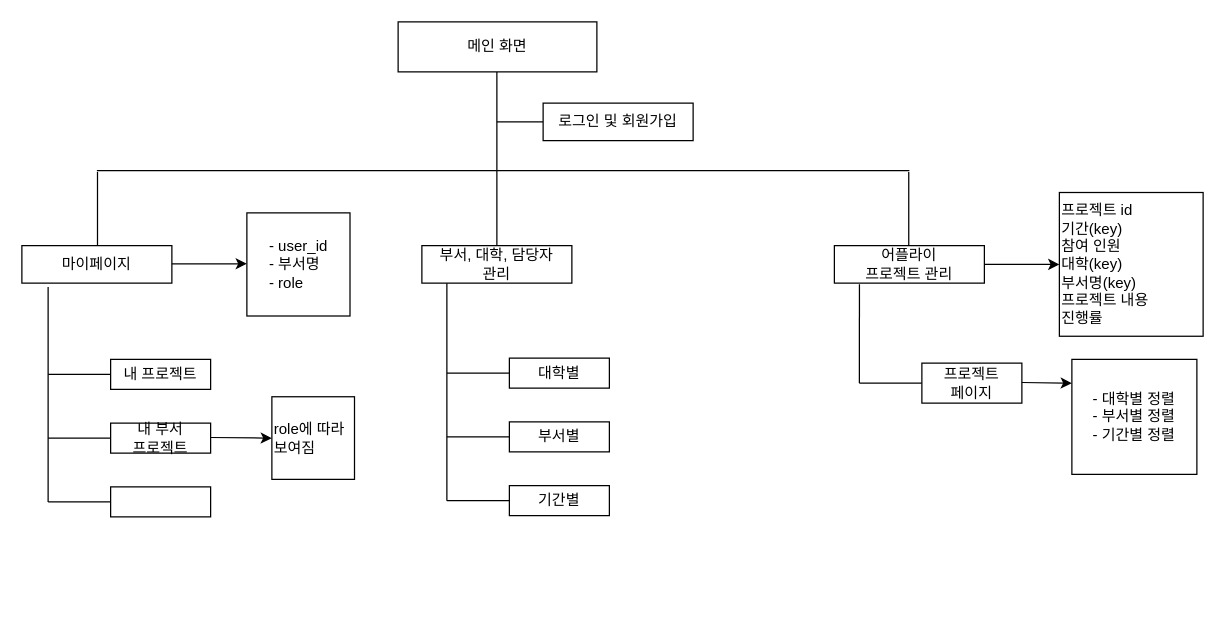
This is 제목 없는 다이어그램.drawio from OhHyukJun/Calendar_Project, a draw.io file, before an edit. Source tidied: cells renumbered, new cells numbered last; positions are measured from the earlier drawing's top-left corner, leaving out a move shared by most shapes. Both pictures are drawn from the tidied source at 125%, with x=0, y=0 at pixel (21, 21).
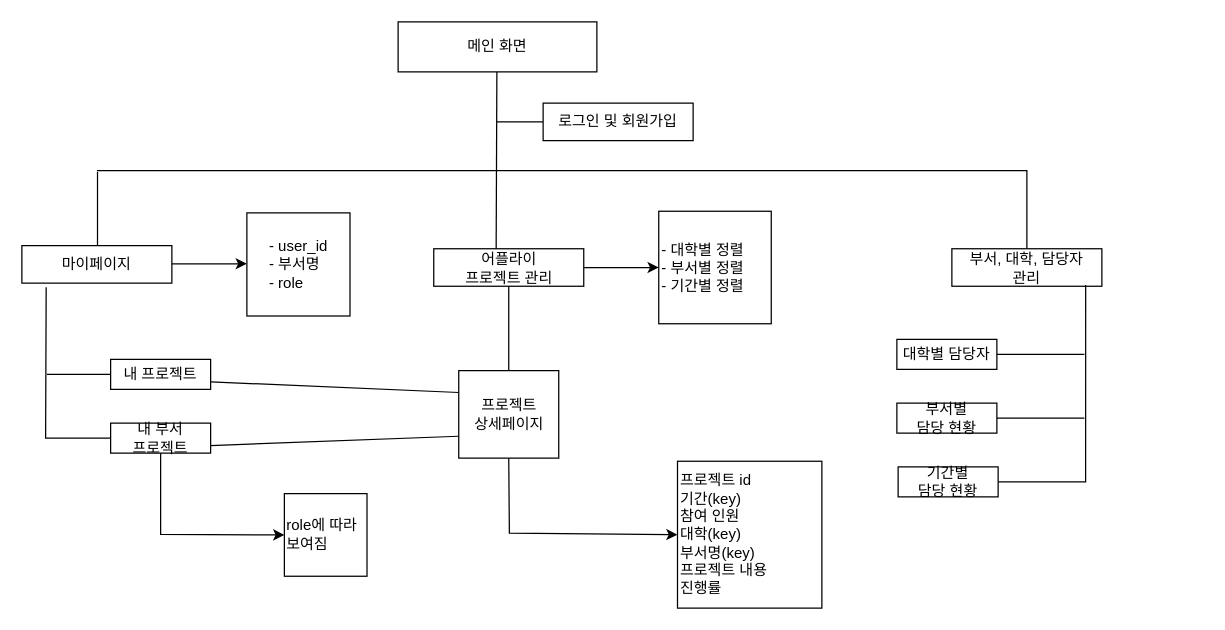
Above is the later version.

Commit message:
제목 없는 다이어그램.drawio 업데이트

Unchanged cells that the change refers to:
```xml
<mxCell id="8" value="마이페이지" style="rounded=0;whiteSpace=wrap;html=1;" parent="1" vertex="1">
  <mxGeometry y="179" width="120" height="30" as="geometry" />
</mxCell>
<mxCell id="14" value="내 프로젝트" style="rounded=0;whiteSpace=wrap;html=1;" parent="1" vertex="1">
  <mxGeometry x="71" y="270" width="80" height="24" as="geometry" />
</mxCell>
<mxCell id="15" value="내 부서 &lt;br&gt;프로젝트" style="rounded=0;whiteSpace=wrap;html=1;" parent="1" vertex="1">
  <mxGeometry x="71" y="321" width="80" height="24" as="geometry" />
</mxCell>
```

Change to the diagram source:
```diff
@@
-    <mxCell id="3" style="endArrow=none;html=1;rounded=0;entryX=0.5;entryY=1;entryDx=0;entryDy=0;exitX=0.5;exitY=0;exitDx=0;exitDy=0;" parent="1" edge="1" source="21">
+    <mxCell id="3" style="endArrow=none;html=1;rounded=0;entryX=0.5;entryY=1;entryDx=0;entryDy=0;exitX=0.416;exitY=0.063;exitDx=0;exitDy=0;exitPerimeter=0;" parent="1" edge="1" source="10">
       <mxGeometry relative="1" as="geometry">
         <mxPoint x="380" y="40" as="targetPoint" />
       </mxGeometry>
     </mxCell>
@@
-    <mxCell id="6" style="endArrow=none;html=1;rounded=0;" parent="1" edge="1">
+    <mxCell id="6" style="endArrow=none;html=1;rounded=0;entryX=0.5;entryY=0;entryDx=0;entryDy=0;" parent="1" edge="1" target="21">
       <mxGeometry relative="1" as="geometry">
         <mxPoint x="60" y="119" as="sourcePoint" />
-        <mxPoint x="710" y="119" as="targetPoint" />
+        <Array as="points">
+          <mxPoint x="804" y="119" />
+        </Array>
       </mxGeometry>
     </mxCell>
@@
-    <mxCell id="9" style="endArrow=none;html=1;rounded=0;" parent="1" edge="1">
-      <mxGeometry relative="1" as="geometry">
-        <mxPoint x="709.5" y="179" as="sourcePoint" />
-        <mxPoint x="709.5" y="120" as="targetPoint" />
-      </mxGeometry>
-    </mxCell>
     <mxCell id="10" value="어플라이 &lt;br&gt;프로젝트 관리" style="rounded=0;whiteSpace=wrap;html=1;" parent="1" vertex="1">
-      <mxGeometry x="650" y="179" width="120" height="30" as="geometry" />
+      <mxGeometry x="329.5" y="181.5" width="120" height="30" as="geometry" />
     </mxCell>
-    <mxCell id="11" style="endArrow=none;html=1;rounded=0;entryX=0.175;entryY=1.1;entryDx=0;entryDy=0;entryPerimeter=0;" parent="1" edge="1" target="8">
+    <mxCell id="11" style="endArrow=none;html=1;rounded=0;exitX=0;exitY=0.5;exitDx=0;exitDy=0;entryX=0.162;entryY=1.107;entryDx=0;entryDy=0;entryPerimeter=0;" parent="1" edge="1" source="15" target="8">
       <mxGeometry relative="1" as="geometry">
-        <mxPoint x="21" y="384" as="sourcePoint" />
+        <Array as="points">
+          <mxPoint x="19" y="333" />
+        </Array>
       </mxGeometry>
     </mxCell>
-    <mxCell id="12" style="endArrow=none;html=1;rounded=0;" parent="1" edge="1">
-      <mxGeometry relative="1" as="geometry">
-        <mxPoint x="21" y="282" as="sourcePoint" />
-        <mxPoint x="71" y="282" as="targetPoint" />
-      </mxGeometry>
-    </mxCell>
-    <mxCell id="13" style="endArrow=none;html=1;rounded=0;" parent="1" edge="1">
-      <mxGeometry relative="1" as="geometry">
-        <mxPoint x="21" y="333" as="sourcePoint" />
-        <mxPoint x="71" y="333" as="targetPoint" />
-      </mxGeometry>
-    </mxCell>
@@
-    <mxCell id="16" style="endArrow=none;html=1;rounded=0;entryX=0.167;entryY=1.033;entryDx=0;entryDy=0;entryPerimeter=0;" parent="1" edge="1" target="10">
-      <mxGeometry relative="1" as="geometry">
-        <mxPoint x="670" y="289" as="sourcePoint" />
-      </mxGeometry>
-    </mxCell>
-    <mxCell id="17" style="endArrow=none;html=1;rounded=0;" parent="1" edge="1">
-      <mxGeometry relative="1" as="geometry">
-        <mxPoint x="670" y="289" as="sourcePoint" />
-        <mxPoint x="720" y="289" as="targetPoint" />
-      </mxGeometry>
-    </mxCell>
-    <mxCell id="18" value="프로젝트&lt;br&gt;페이지" style="rounded=0;whiteSpace=wrap;html=1;" parent="1" vertex="1">
-      <mxGeometry x="720" y="273" width="80" height="32" as="geometry" />
+    <mxCell id="18" value="프로젝트&lt;br&gt;상세페이지" style="rounded=0;whiteSpace=wrap;html=1;" parent="1" vertex="1">
+      <mxGeometry x="349.5" y="279" width="80" height="70" as="geometry" />
     </mxCell>
-    <mxCell id="19" value="&lt;span style=&quot;background-color: initial;&quot;&gt;프로젝트 id&lt;/span&gt;&lt;br&gt;&lt;span style=&quot;background-color: initial;&quot;&gt;기간(key)&lt;/span&gt;&lt;br&gt;&lt;span style=&quot;background-color: initial;&quot;&gt;참여 인원&lt;/span&gt;&lt;br&gt;&lt;span style=&quot;background-color: initial;&quot;&gt;대학(key)&lt;/span&gt;&lt;br&gt;&lt;span style=&quot;background-color: initial;&quot;&gt;부서명(key)&lt;/span&gt;&lt;br&gt;&lt;span style=&quot;background-color: initial;&quot;&gt;프로젝트 내용&lt;/span&gt;&lt;br&gt;&lt;span style=&quot;background-color: initial;&quot;&gt;진행률&lt;/span&gt;" style="whiteSpace=wrap;html=1;align=left;" parent="1" vertex="1">
-      <mxGeometry x="830" y="136.5" width="115" height="115" as="geometry" />
+    <mxCell id="19" value="- 대학별 정렬&lt;br style=&quot;border-color: var(--border-color); text-align: center;&quot;&gt;&lt;span style=&quot;text-align: center;&quot;&gt;- 부서별 정렬&lt;/span&gt;&lt;br style=&quot;border-color: var(--border-color); text-align: center;&quot;&gt;&lt;span style=&quot;text-align: center;&quot;&gt;- 기간별 정렬&lt;/span&gt;" style="whiteSpace=wrap;html=1;align=left;" parent="1" vertex="1">
+      <mxGeometry x="509.5" y="151.5" width="90" height="90" as="geometry" />
     </mxCell>
@@
     <mxCell id="21" value="부서, 대학, 담당자&lt;br&gt;관리" style="rounded=0;whiteSpace=wrap;html=1;" parent="1" vertex="1">
-      <mxGeometry x="320" y="179" width="120" height="30" as="geometry" />
+      <mxGeometry x="744" y="181.5" width="120" height="30" as="geometry" />
     </mxCell>
-    <mxCell id="22" style="endArrow=none;html=1;rounded=0;" parent="1" edge="1">
-      <mxGeometry relative="1" as="geometry">
-        <mxPoint x="21" y="384" as="sourcePoint" />
-        <mxPoint x="71" y="384" as="targetPoint" />
-      </mxGeometry>
-    </mxCell>
-    <mxCell id="23" style="rounded=0;whiteSpace=wrap;html=1;" parent="1" vertex="1">
-      <mxGeometry x="71" y="372" width="80" height="24" as="geometry" />
-    </mxCell>
-    <mxCell id="24" style="endArrow=none;html=1;rounded=0;entryX=0.167;entryY=1.033;entryDx=0;entryDy=0;entryPerimeter=0;" parent="1" edge="1">
+    <mxCell id="24" style="endArrow=none;html=1;rounded=0;entryX=0.892;entryY=0.97;entryDx=0;entryDy=0;entryPerimeter=0;exitX=1;exitY=0.5;exitDx=0;exitDy=0;" parent="1" edge="1" source="30" target="21">
       <mxGeometry relative="1" as="geometry">
-        <mxPoint x="340" y="383" as="sourcePoint" />
-        <mxPoint x="340" y="209" as="targetPoint" />
+        <Array as="points">
+          <mxPoint x="851" y="368" />
+        </Array>
       </mxGeometry>
     </mxCell>
-    <mxCell id="25" style="endArrow=none;html=1;rounded=0;" parent="1" edge="1">
-      <mxGeometry relative="1" as="geometry">
-        <mxPoint x="340" y="281" as="sourcePoint" />
-        <mxPoint x="390" y="281" as="targetPoint" />
-      </mxGeometry>
-    </mxCell>
-    <mxCell id="26" style="endArrow=none;html=1;rounded=0;" parent="1" edge="1">
-      <mxGeometry relative="1" as="geometry">
-        <mxPoint x="340" y="332" as="sourcePoint" />
-        <mxPoint x="390" y="332" as="targetPoint" />
-      </mxGeometry>
-    </mxCell>
-    <mxCell id="27" value="대학별" style="rounded=0;whiteSpace=wrap;html=1;" parent="1" vertex="1">
-      <mxGeometry x="390" y="269" width="80" height="24" as="geometry" />
+    <mxCell id="27" value="대학별 담당자" style="rounded=0;whiteSpace=wrap;html=1;" parent="1" vertex="1">
+      <mxGeometry x="700" y="254" width="80" height="24" as="geometry" />
     </mxCell>
-    <mxCell id="28" value="부서별" style="rounded=0;whiteSpace=wrap;html=1;" parent="1" vertex="1">
-      <mxGeometry x="390" y="320" width="80" height="24" as="geometry" />
+    <mxCell id="28" value="부서별 &lt;br&gt;담당 현황" style="rounded=0;whiteSpace=wrap;html=1;" parent="1" vertex="1">
+      <mxGeometry x="700" y="305" width="80" height="24" as="geometry" />
     </mxCell>
-    <mxCell id="29" style="endArrow=none;html=1;rounded=0;" parent="1" edge="1">
-      <mxGeometry relative="1" as="geometry">
-        <mxPoint x="340" y="383" as="sourcePoint" />
-        <mxPoint x="390" y="383" as="targetPoint" />
-      </mxGeometry>
-    </mxCell>
-    <mxCell id="30" value="기간별" style="rounded=0;whiteSpace=wrap;html=1;" parent="1" vertex="1">
-      <mxGeometry x="390" y="371" width="80" height="24" as="geometry" />
+    <mxCell id="30" value="기간별 &lt;br&gt;담당 현황" style="rounded=0;whiteSpace=wrap;html=1;" parent="1" vertex="1">
+      <mxGeometry x="701" y="356" width="80" height="24" as="geometry" />
     </mxCell>
-    <mxCell id="31" value="&lt;span style=&quot;background-color: initial;&quot;&gt;- 대학별 정렬&lt;br&gt;- 부서별 정렬&lt;br&gt;- 기간별 정렬&lt;br&gt;&lt;/span&gt;" style="rounded=0;whiteSpace=wrap;html=1;" parent="1" vertex="1">
-      <mxGeometry x="840" y="270" width="100" height="92" as="geometry" />
+    <mxCell id="31" value="&lt;span style=&quot;background-color: initial;&quot;&gt;프로젝트 id&lt;/span&gt;&lt;br&gt;&lt;span style=&quot;background-color: initial;&quot;&gt;기간(key)&lt;/span&gt;&lt;br&gt;&lt;span style=&quot;background-color: initial;&quot;&gt;참여 인원&lt;/span&gt;&lt;br&gt;&lt;span style=&quot;background-color: initial;&quot;&gt;대학(key)&lt;/span&gt;&lt;br&gt;&lt;span style=&quot;background-color: initial;&quot;&gt;부서명(key)&lt;/span&gt;&lt;br&gt;&lt;span style=&quot;background-color: initial;&quot;&gt;프로젝트 내용&lt;/span&gt;&lt;br&gt;&lt;span style=&quot;background-color: initial;&quot;&gt;진행률&lt;/span&gt;" style="rounded=0;whiteSpace=wrap;html=1;align=left;" parent="1" vertex="1">
+      <mxGeometry x="524.5" y="351.5" width="115.5" height="117.5" as="geometry" />
     </mxCell>
-    <mxCell id="32" style="endArrow=classic;html=1;rounded=0;exitX=1;exitY=0.5;exitDx=0;exitDy=0;" parent="1" edge="1">
+    <mxCell id="32" style="endArrow=classic;html=1;rounded=0;exitX=0.5;exitY=1;exitDx=0;exitDy=0;entryX=0;entryY=0.5;entryDx=0;entryDy=0;" parent="1" edge="1" source="18" target="31">
       <mxGeometry relative="1" as="geometry">
-        <mxPoint x="800" y="288.5" as="sourcePoint" />
-        <mxPoint x="840" y="289" as="targetPoint" />
+        <Array as="points">
+          <mxPoint x="390" y="409" />
+        </Array>
       </mxGeometry>
     </mxCell>
@@
-    <mxCell id="35" style="endArrow=classic;html=1;rounded=0;exitX=1;exitY=0.5;exitDx=0;exitDy=0;" parent="1" edge="1">
+    <mxCell id="35" style="endArrow=classic;html=1;rounded=0;exitX=0.5;exitY=1;exitDx=0;exitDy=0;entryX=0;entryY=0.5;entryDx=0;entryDy=0;" parent="1" edge="1" source="15" target="36">
       <mxGeometry relative="1" as="geometry">
-        <mxPoint x="151" y="332.5" as="sourcePoint" />
-        <mxPoint x="200" y="333" as="targetPoint" />
+        <Array as="points">
+          <mxPoint x="111" y="410" />
+        </Array>
       </mxGeometry>
     </mxCell>
     <mxCell id="36" value="role에 따라 보여짐" style="whiteSpace=wrap;html=1;align=left;" parent="1" vertex="1">
-      <mxGeometry x="200" y="299.9" width="66.1" height="66.1" as="geometry" />
+      <mxGeometry x="210" y="377.4" width="66.1" height="66.1" as="geometry" />
     </mxCell>
+    <mxCell id="37" style="endArrow=none;html=1;rounded=0;entryX=0;entryY=0.5;entryDx=0;entryDy=0;" parent="1" edge="1" target="14">
+      <mxGeometry relative="1" as="geometry">
+        <mxPoint x="20" y="282" as="sourcePoint" />
+      </mxGeometry>
+    </mxCell>
+    <mxCell id="38" style="endArrow=none;html=1;rounded=0;entryX=0.5;entryY=1;entryDx=0;entryDy=0;exitX=0.5;exitY=0;exitDx=0;exitDy=0;" parent="1" edge="1" source="18" target="10">
+      <mxGeometry relative="1" as="geometry" />
+    </mxCell>
+    <mxCell id="39" style="endArrow=none;html=1;rounded=0;entryX=0;entryY=0.25;entryDx=0;entryDy=0;exitX=1;exitY=0.75;exitDx=0;exitDy=0;" parent="1" edge="1" source="14" target="18">
+      <mxGeometry relative="1" as="geometry" />
+    </mxCell>
+    <mxCell id="40" style="endArrow=none;html=1;rounded=0;exitX=1;exitY=0.75;exitDx=0;exitDy=0;entryX=0;entryY=0.75;entryDx=0;entryDy=0;" parent="1" edge="1" source="15" target="18">
+      <mxGeometry relative="1" as="geometry" />
+    </mxCell>
+    <mxCell id="41" style="endArrow=none;html=1;rounded=0;exitX=1;exitY=0.5;exitDx=0;exitDy=0;" parent="1" edge="1" source="27">
+      <mxGeometry relative="1" as="geometry">
+        <mxPoint x="850" y="266" as="targetPoint" />
+      </mxGeometry>
+    </mxCell>
+    <mxCell id="42" style="endArrow=none;html=1;rounded=0;exitX=1;exitY=0.5;exitDx=0;exitDy=0;" parent="1" edge="1" source="28">
+      <mxGeometry relative="1" as="geometry">
+        <mxPoint x="850" y="317" as="targetPoint" />
+      </mxGeometry>
+    </mxCell>
```
